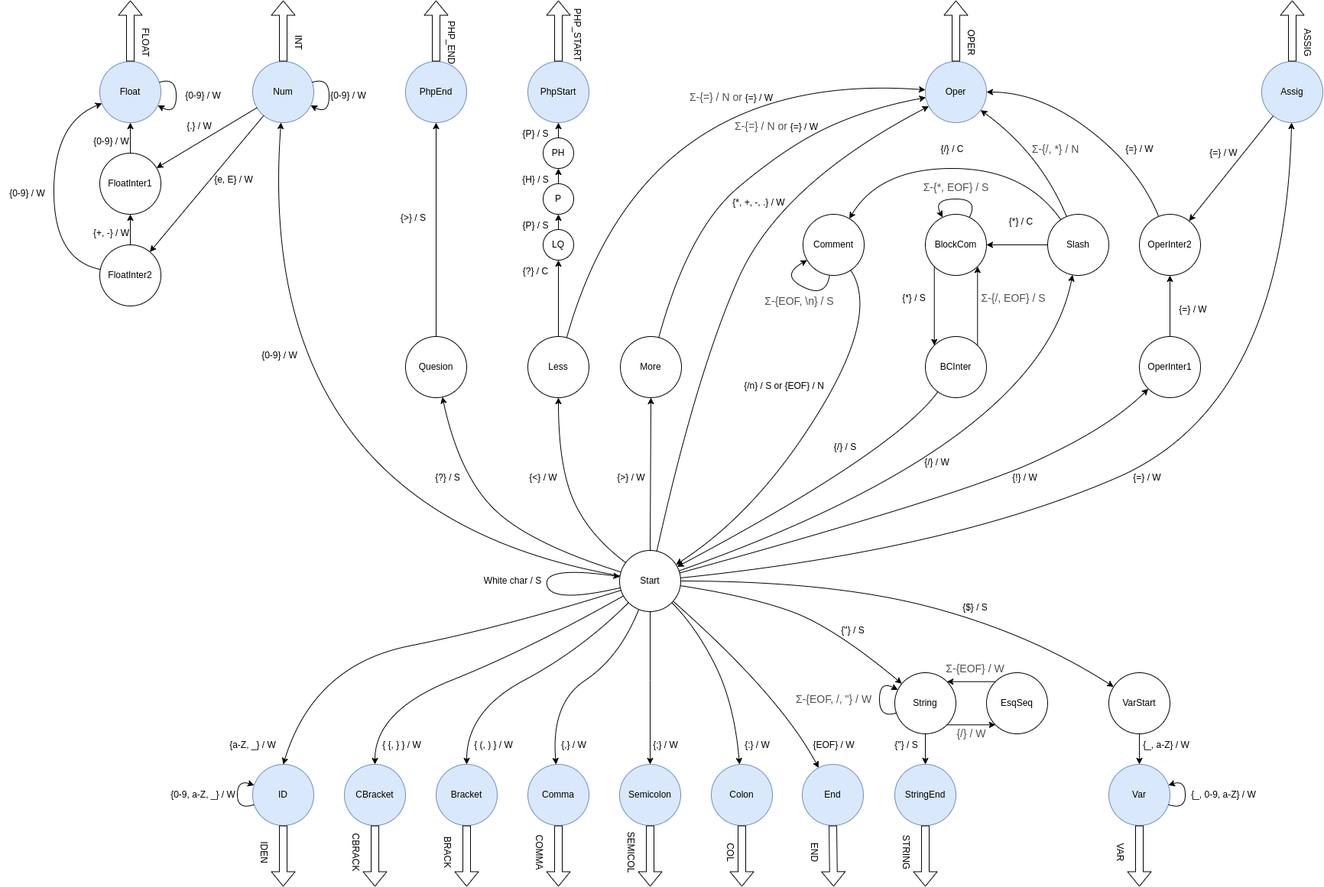
Earlier version of the draw.io export doc/FSMs.png (Tricked111/IFJ22). Source tidied: cells renumbered, new cells last; positions are measured from the earlier drawing's top-left corner, leaving out a move shared by most shapes.
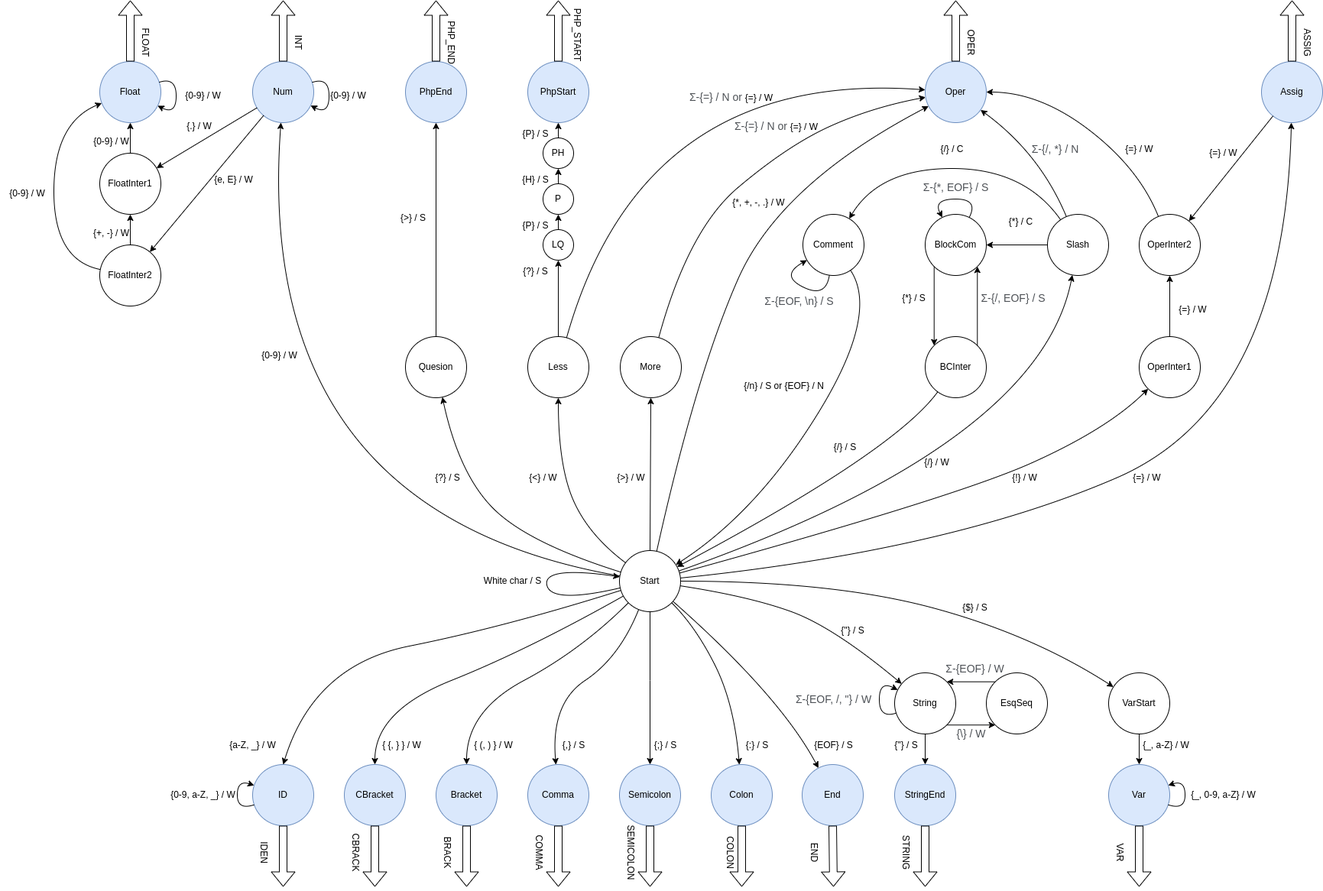
After the change.

What changed in the source:
```diff
@@ -32,7 +32,7 @@
     <mxCell id="11" value="{&amp;lt;} / W" style="text;html=1;align=center;verticalAlign=middle;strokeColor=none;fillColor=none;" parent="1" vertex="1">
       <mxGeometry x="680" y="610" width="60" height="30" as="geometry" />
     </mxCell>
-    <mxCell id="12" value="{?} / C" style="text;html=1;align=center;verticalAlign=middle;strokeColor=none;fillColor=none;" parent="1" vertex="1">
+    <mxCell id="12" value="{?} / S" style="text;html=1;align=center;verticalAlign=middle;strokeColor=none;fillColor=none;" parent="1" vertex="1">
       <mxGeometry x="670" y="340" width="60" height="30" as="geometry" />
     </mxCell>
     <mxCell id="13" value="{P} / S" style="text;html=1;align=center;verticalAlign=middle;strokeColor=none;fillColor=none;" parent="1" vertex="1">
@@ -65,7 +65,7 @@
     <mxCell id="22" value="EsqSeq" style="ellipse;whiteSpace=wrap;html=1;shadow=0;sketch=0;strokeWidth=1;" parent="1" vertex="1">
       <mxGeometry x="1290" y="880" width="80" height="80" as="geometry" />
     </mxCell>
-    <mxCell id="23" value="&lt;div style=&quot;text-align: left;&quot;&gt;&lt;font face=&quot;arial, sans-serif&quot; color=&quot;#4d5156&quot;&gt;&lt;span style=&quot;font-size: 14px; background-color: rgb(255, 255, 255);&quot;&gt;{/} / W&lt;/span&gt;&lt;/font&gt;&lt;/div&gt;" style="text;html=1;align=center;verticalAlign=middle;strokeColor=none;fillColor=none;" parent="1" vertex="1">
+    <mxCell id="23" value="&lt;div style=&quot;text-align: left;&quot;&gt;&lt;font face=&quot;arial, sans-serif&quot; color=&quot;#4d5156&quot;&gt;&lt;span style=&quot;font-size: 14px; background-color: rgb(255, 255, 255);&quot;&gt;{\} / W&lt;/span&gt;&lt;/font&gt;&lt;/div&gt;" style="text;html=1;align=center;verticalAlign=middle;strokeColor=none;fillColor=none;" parent="1" vertex="1">
       <mxGeometry x="1240" y="945" width="60" height="30" as="geometry" />
     </mxCell>
     <mxCell id="24" style="endArrow=classic;html=1;rounded=0;exitX=1;exitY=1;exitDx=0;exitDy=0;entryX=0;entryY=1;entryDx=0;entryDy=0;" parent="1" edge="1" source="20" target="22">
@@ -144,14 +144,14 @@
     <mxCell id="45" value="{ (, ) } / W" style="text;html=1;align=center;verticalAlign=middle;strokeColor=none;fillColor=none;fontColor=#000000;shadow=0;sketch=0;strokeWidth=1;" parent="1" vertex="1">
       <mxGeometry x="610" y="960" width="70" height="30" as="geometry" />
     </mxCell>
-    <mxCell id="46" value="{,} / W" style="text;html=1;align=center;verticalAlign=middle;strokeColor=none;fillColor=none;fontColor=#000000;" parent="1" vertex="1">
-      <mxGeometry x="720" y="960" width="60" height="30" as="geometry" />
+    <mxCell id="46" value="{,} / S" style="text;html=1;align=center;verticalAlign=middle;strokeColor=none;fillColor=none;fontColor=#000000;" parent="1" vertex="1">
+      <mxGeometry x="725" y="960" width="50" height="30" as="geometry" />
     </mxCell>
-    <mxCell id="47" value="{;} / W" style="text;html=1;align=center;verticalAlign=middle;strokeColor=none;fillColor=none;fontColor=#000000;" parent="1" vertex="1">
-      <mxGeometry x="840" y="960" width="60" height="30" as="geometry" />
+    <mxCell id="47" value="{;} / S" style="text;html=1;align=center;verticalAlign=middle;strokeColor=none;fillColor=none;fontColor=#000000;" parent="1" vertex="1">
+      <mxGeometry x="845" y="960" width="50" height="30" as="geometry" />
     </mxCell>
-    <mxCell id="48" value="{:} / W" style="text;html=1;align=center;verticalAlign=middle;strokeColor=none;fillColor=none;fontColor=#000000;shadow=0;sketch=0;strokeWidth=1;" parent="1" vertex="1">
-      <mxGeometry x="960" y="960" width="60" height="30" as="geometry" />
+    <mxCell id="48" value="{:} / S" style="text;html=1;align=center;verticalAlign=middle;strokeColor=none;fillColor=none;fontColor=#000000;shadow=0;sketch=0;strokeWidth=1;" parent="1" vertex="1">
+      <mxGeometry x="965" y="960" width="50" height="30" as="geometry" />
     </mxCell>
     <mxCell id="49" value="ID" style="ellipse;whiteSpace=wrap;html=1;shadow=0;sketch=0;strokeWidth=1;fillColor=#dae8fc;strokeColor=#6c8ebf;" parent="1" vertex="1">
       <mxGeometry x="330" y="1000" width="80" height="80" as="geometry" />
@@ -257,8 +257,8 @@
         </Array>
       </mxGeometry>
     </mxCell>
-    <mxCell id="66" value="{EOF} / W" style="text;html=1;align=center;verticalAlign=middle;strokeColor=none;fillColor=none;" parent="1" vertex="1">
-      <mxGeometry x="1050" y="960" width="80" height="30" as="geometry" />
+    <mxCell id="66" value="{EOF} / S" style="text;html=1;align=center;verticalAlign=middle;strokeColor=none;fillColor=none;" parent="1" vertex="1">
+      <mxGeometry x="1055" y="960" width="70" height="30" as="geometry" />
     </mxCell>
     <mxCell id="67" style="shape=flexArrow;endArrow=classic;html=1;rounded=0;exitX=0.5;exitY=1;exitDx=0;exitDy=0;" parent="1" edge="1" source="49">
       <mxGeometry relative="1" as="geometry">
@@ -317,11 +317,11 @@
     <mxCell id="79" value="COMMA" style="text;html=1;align=center;verticalAlign=middle;strokeColor=none;fillColor=none;rotation=90;" parent="1" vertex="1">
       <mxGeometry x="670" y="1100" width="70" height="30" as="geometry" />
     </mxCell>
-    <mxCell id="80" value="SEMICOL" style="text;html=1;align=center;verticalAlign=middle;strokeColor=none;fillColor=none;rotation=90;" parent="1" vertex="1">
-      <mxGeometry x="785" y="1100" width="80" height="30" as="geometry" />
+    <mxCell id="80" value="SEMICOLON" style="text;html=1;align=center;verticalAlign=middle;strokeColor=none;fillColor=none;rotation=90;" parent="1" vertex="1">
+      <mxGeometry x="775" y="1100" width="100" height="30" as="geometry" />
     </mxCell>
-    <mxCell id="81" value="COL" style="text;html=1;align=center;verticalAlign=middle;strokeColor=none;fillColor=none;rotation=90;" parent="1" vertex="1">
-      <mxGeometry x="930" y="1100" width="50" height="30" as="geometry" />
+    <mxCell id="81" value="COLON" style="text;html=1;align=center;verticalAlign=middle;strokeColor=none;fillColor=none;rotation=90;" parent="1" vertex="1">
+      <mxGeometry x="920" y="1100" width="70" height="30" as="geometry" />
     </mxCell>
     <mxCell id="82" value="END" style="text;html=1;align=center;verticalAlign=middle;strokeColor=none;fillColor=none;rotation=90;" parent="1" vertex="1">
       <mxGeometry x="1040" y="1100" width="50" height="30" as="geometry" />
```
